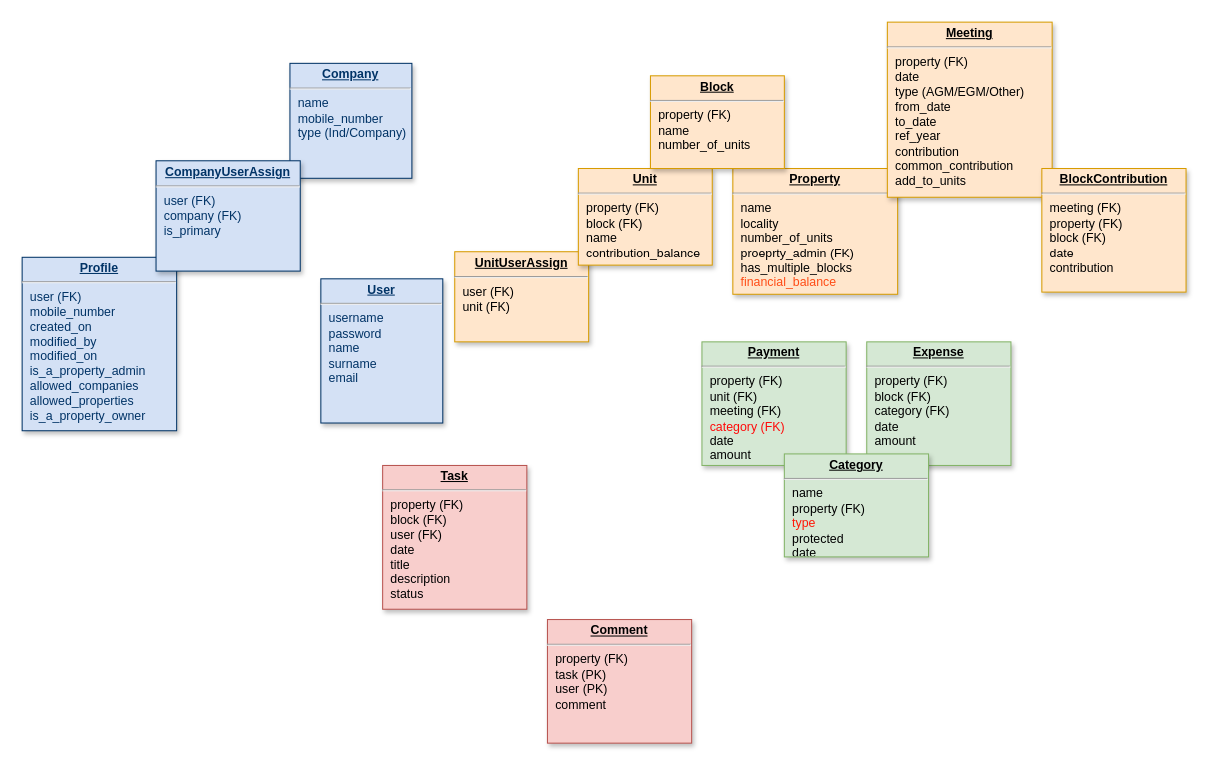
Before: Untitled Diagram.drawio in gilubilu/hello-world, a draw.io diagram. Source tidied: cells renumbered, new cells numbered last; positions are measured from the earlier drawing's top-left corner, leaving out a move shared by most shapes. Both pictures are drawn from the tidied source at 103%, with x=0, y=0 at pixel (22, 22).
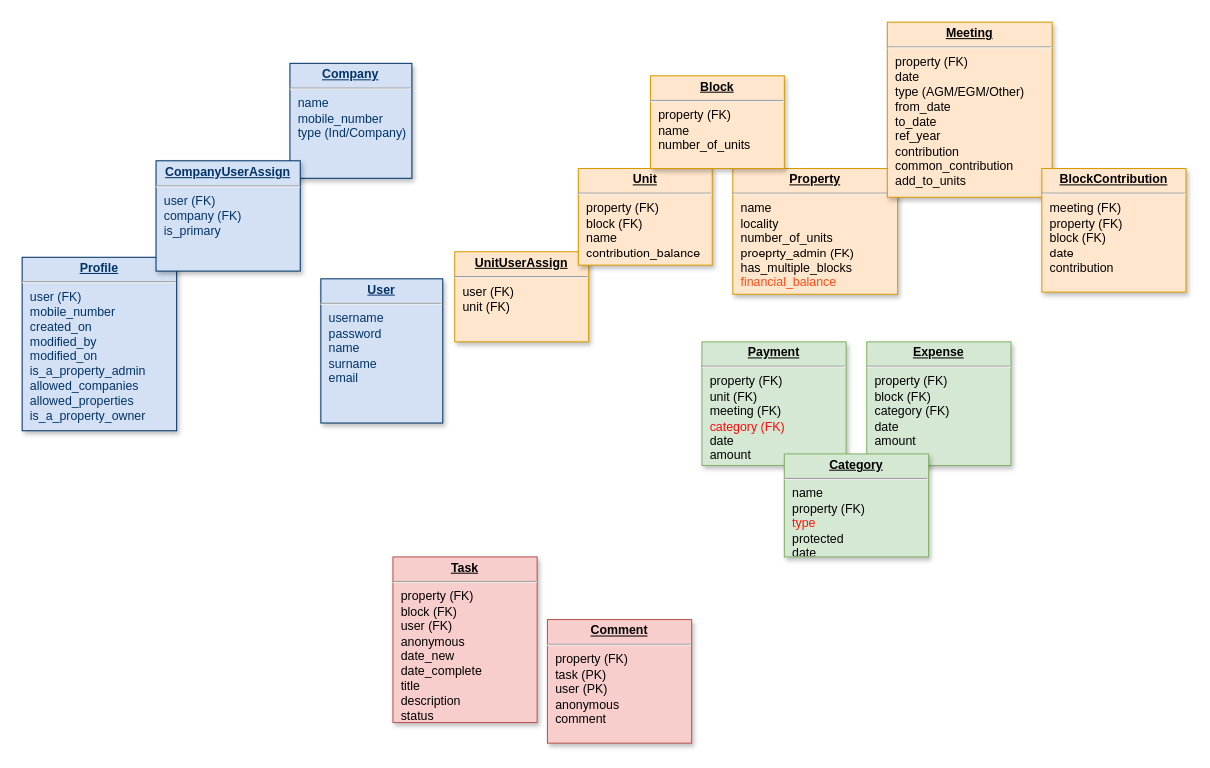
The same page after the edit.

What changed in the source:
```diff
@@
 <mxGraphModel background="#ffffff">
   <root>
     <mxCell id="0" />
     <mxCell id="1" parent="0" />
     <mxCell id="2" value="&lt;p style=&quot;margin: 0px ; margin-top: 4px ; text-align: center ; text-decoration: underline&quot;&gt;&lt;b&gt;UnitUserAssign&lt;/b&gt;&lt;/p&gt;&lt;hr&gt;&lt;p style=&quot;margin: 0px ; margin-left: 8px&quot;&gt;user (FK)&lt;/p&gt;&lt;p style=&quot;margin: 0px ; margin-left: 8px&quot;&gt;unit (FK)&lt;/p&gt;" style="verticalAlign=top;align=left;overflow=fill;fontSize=12;fontFamily=Helvetica;html=1;strokeColor=#d79b00;shadow=1;fillColor=#ffe6cc;" parent="1" vertex="1">
       <mxGeometry x="420" y="222.9" width="130" height="87.5" as="geometry" />
     </mxCell>
     <mxCell id="3" value="&lt;p style=&quot;margin: 0px ; margin-top: 4px ; text-align: center ; text-decoration: underline&quot;&gt;&lt;strong&gt;Unit&lt;/strong&gt;&lt;/p&gt;&lt;hr&gt;&lt;p style=&quot;margin: 0px ; margin-left: 8px&quot;&gt;property (FK)&lt;/p&gt;&lt;p style=&quot;margin: 0px ; margin-left: 8px&quot;&gt;block (FK)&lt;/p&gt;&lt;p style=&quot;margin: 0px ; margin-left: 8px&quot;&gt;name&lt;/p&gt;&lt;p style=&quot;margin: 0px ; margin-left: 8px&quot;&gt;&lt;span&gt;contribution_balance&lt;/span&gt;&lt;br&gt;&lt;/p&gt;&lt;p style=&quot;margin: 0px ; margin-left: 8px&quot;&gt;&lt;br&gt;&lt;/p&gt;" style="verticalAlign=top;align=left;overflow=fill;fontSize=12;fontFamily=Helvetica;html=1;strokeColor=#d79b00;shadow=1;fillColor=#ffe6cc;" parent="1" vertex="1">
       <mxGeometry x="540" y="142.1" width="130" height="93.8" as="geometry" />
     </mxCell>
     <mxCell id="4" value="&lt;p style=&quot;margin: 0px ; margin-top: 4px ; text-align: center ; text-decoration: underline&quot;&gt;&lt;strong&gt;Property&lt;/strong&gt;&lt;/p&gt;&lt;hr&gt;&lt;p style=&quot;margin: 0px ; margin-left: 8px&quot;&gt;name&lt;/p&gt;&lt;p style=&quot;margin: 0px ; margin-left: 8px&quot;&gt;locality&lt;/p&gt;&lt;p style=&quot;margin: 0px ; margin-left: 8px&quot;&gt;number_of_units&lt;/p&gt;&lt;p style=&quot;margin: 0px ; margin-left: 8px&quot;&gt;proeprty_admin (FK)&lt;/p&gt;&lt;p style=&quot;margin: 0px ; margin-left: 8px&quot;&gt;has_multiple_blocks&lt;/p&gt;&lt;p style=&quot;margin: 0px ; margin-left: 8px&quot;&gt;&lt;font color=&quot;#ff4d17&quot;&gt;financial_balance&lt;/font&gt;&lt;/p&gt;&lt;p style=&quot;margin: 0px ; margin-left: 8px&quot;&gt;&lt;br&gt;&lt;/p&gt;" style="verticalAlign=top;align=left;overflow=fill;fontSize=12;fontFamily=Helvetica;html=1;strokeColor=#d79b00;shadow=1;fillColor=#ffe6cc;" parent="1" vertex="1">
       <mxGeometry x="690" y="142.1" width="160" height="122.1" as="geometry" />
     </mxCell>
     <mxCell id="5" value="&lt;p style=&quot;margin: 0px ; margin-top: 4px ; text-align: center ; text-decoration: underline&quot;&gt;&lt;strong&gt;Profile&lt;/strong&gt;&lt;/p&gt;&lt;hr&gt;&lt;p style=&quot;margin: 0px ; margin-left: 8px&quot;&gt;user (FK)&lt;/p&gt;&lt;p style=&quot;margin: 0px ; margin-left: 8px&quot;&gt;mobile_number&lt;/p&gt;&lt;p style=&quot;margin: 0px ; margin-left: 8px&quot;&gt;created_on&lt;/p&gt;&lt;p style=&quot;margin: 0px ; margin-left: 8px&quot;&gt;modified_by&lt;/p&gt;&lt;p style=&quot;margin: 0px ; margin-left: 8px&quot;&gt;modified_on&lt;/p&gt;&lt;p style=&quot;margin: 0px ; margin-left: 8px&quot;&gt;is_a_property_admin&lt;/p&gt;&lt;p style=&quot;margin: 0px ; margin-left: 8px&quot;&gt;allowed_companies&lt;/p&gt;&lt;p style=&quot;margin: 0px ; margin-left: 8px&quot;&gt;allowed_properties&lt;/p&gt;&lt;p style=&quot;margin: 0px ; margin-left: 8px&quot;&gt;is_a_property_owner&lt;/p&gt;" style="verticalAlign=top;align=left;overflow=fill;fontSize=12;fontFamily=Helvetica;html=1;strokeColor=#003366;shadow=1;fillColor=#D4E1F5;fontColor=#003366;direction=west;" parent="1" vertex="1">
       <mxGeometry y="228.3" width="150" height="168.4" as="geometry" />
     </mxCell>
     <mxCell id="6" value="&lt;p style=&quot;margin: 0px ; margin-top: 4px ; text-align: center ; text-decoration: underline&quot;&gt;&lt;b&gt;User&lt;/b&gt;&lt;/p&gt;&lt;hr&gt;&lt;p style=&quot;margin: 0px ; margin-left: 8px&quot;&gt;username&lt;/p&gt;&lt;p style=&quot;margin: 0px ; margin-left: 8px&quot;&gt;password&lt;/p&gt;&lt;p style=&quot;margin: 0px ; margin-left: 8px&quot;&gt;name&lt;/p&gt;&lt;p style=&quot;margin: 0px ; margin-left: 8px&quot;&gt;surname&lt;/p&gt;&lt;p style=&quot;margin: 0px ; margin-left: 8px&quot;&gt;email&lt;/p&gt;" style="verticalAlign=top;align=left;overflow=fill;fontSize=12;fontFamily=Helvetica;html=1;strokeColor=#003366;shadow=1;fillColor=#D4E1F5;fontColor=#003366;direction=south;" parent="1" vertex="1">
       <mxGeometry x="290" y="249.2" width="118.4" height="140" as="geometry" />
     </mxCell>
     <mxCell id="7" value="&lt;p style=&quot;margin: 0px ; margin-top: 4px ; text-align: center ; text-decoration: underline&quot;&gt;&lt;b&gt;Company&lt;/b&gt;&lt;/p&gt;&lt;hr&gt;&lt;p style=&quot;margin: 0px ; margin-left: 8px&quot;&gt;name&lt;/p&gt;&lt;p style=&quot;margin: 0px ; margin-left: 8px&quot;&gt;mobile_number&lt;/p&gt;&lt;p style=&quot;margin: 0px ; margin-left: 8px&quot;&gt;type (Ind/Company)&lt;/p&gt;" style="verticalAlign=top;align=left;overflow=fill;fontSize=12;fontFamily=Helvetica;html=1;strokeColor=#003366;shadow=1;fillColor=#D4E1F5;fontColor=#003366;direction=south;" parent="1" vertex="1">
       <mxGeometry x="260" y="40" width="118.4" height="111.6" as="geometry" />
     </mxCell>
     <mxCell id="8" value="&lt;p style=&quot;margin: 0px ; margin-top: 4px ; text-align: center ; text-decoration: underline&quot;&gt;&lt;b&gt;CompanyUserAssign&lt;/b&gt;&lt;/p&gt;&lt;hr&gt;&lt;p style=&quot;margin: 0px ; margin-left: 8px&quot;&gt;user (FK)&lt;/p&gt;&lt;p style=&quot;margin: 0px ; margin-left: 8px&quot;&gt;company (FK)&lt;/p&gt;&lt;p style=&quot;margin: 0px ; margin-left: 8px&quot;&gt;is_primary&lt;/p&gt;" style="verticalAlign=top;align=left;overflow=fill;fontSize=12;fontFamily=Helvetica;html=1;strokeColor=#003366;shadow=1;fillColor=#D4E1F5;fontColor=#003366;direction=east;" parent="1" vertex="1">
       <mxGeometry x="130" y="134.6" width="140" height="107.1" as="geometry" />
     </mxCell>
     <mxCell id="9" value="&lt;p style=&quot;margin: 0px ; margin-top: 4px ; text-align: center ; text-decoration: underline&quot;&gt;&lt;strong&gt;Meeting&lt;/strong&gt;&lt;/p&gt;&lt;hr&gt;&lt;p style=&quot;margin: 0px ; margin-left: 8px&quot;&gt;property (FK)&lt;/p&gt;&lt;p style=&quot;margin: 0px ; margin-left: 8px&quot;&gt;date&lt;/p&gt;&lt;p style=&quot;margin: 0px ; margin-left: 8px&quot;&gt;type (AGM/EGM/Other)&lt;/p&gt;&lt;p style=&quot;margin: 0px ; margin-left: 8px&quot;&gt;from_date&lt;/p&gt;&lt;p style=&quot;margin: 0px ; margin-left: 8px&quot;&gt;to_date&lt;/p&gt;&lt;p style=&quot;margin: 0px ; margin-left: 8px&quot;&gt;ref_year&lt;/p&gt;&lt;p style=&quot;margin: 0px ; margin-left: 8px&quot;&gt;contribution&lt;/p&gt;&lt;p style=&quot;margin: 0px ; margin-left: 8px&quot;&gt;common_contribution&lt;/p&gt;&lt;p style=&quot;margin: 0px ; margin-left: 8px&quot;&gt;add_to_units&lt;/p&gt;" style="verticalAlign=top;align=left;overflow=fill;fontSize=12;fontFamily=Helvetica;html=1;strokeColor=#d79b00;shadow=1;fillColor=#ffe6cc;direction=west;" parent="1" vertex="1">
       <mxGeometry x="840" width="160" height="170" as="geometry" />
     </mxCell>
     <mxCell id="10" value="&lt;p style=&quot;margin: 0px ; margin-top: 4px ; text-align: center ; text-decoration: underline&quot;&gt;&lt;strong&gt;BlockContribution&lt;/strong&gt;&lt;/p&gt;&lt;hr&gt;&lt;p style=&quot;margin: 0px ; margin-left: 8px&quot;&gt;meeting (FK)&lt;/p&gt;&lt;p style=&quot;margin: 0px ; margin-left: 8px&quot;&gt;property (FK)&lt;/p&gt;&lt;p style=&quot;margin: 0px ; margin-left: 8px&quot;&gt;block (FK)&lt;/p&gt;&lt;p style=&quot;margin: 0px ; margin-left: 8px&quot;&gt;date&lt;/p&gt;&lt;p style=&quot;margin: 0px ; margin-left: 8px&quot;&gt;contribution&lt;br&gt;&lt;/p&gt;" style="verticalAlign=top;align=left;overflow=fill;fontSize=12;fontFamily=Helvetica;html=1;strokeColor=#d79b00;shadow=1;fillColor=#ffe6cc;direction=west;" parent="1" vertex="1">
       <mxGeometry x="990" y="142.1" width="140" height="120" as="geometry" />
     </mxCell>
     <mxCell id="11" value="&lt;p style=&quot;margin: 0px ; margin-top: 4px ; text-align: center ; text-decoration: underline&quot;&gt;&lt;strong&gt;Block&lt;/strong&gt;&lt;/p&gt;&lt;hr&gt;&lt;p style=&quot;margin: 0px ; margin-left: 8px&quot;&gt;property (FK)&lt;/p&gt;&lt;p style=&quot;margin: 0px ; margin-left: 8px&quot;&gt;name&lt;/p&gt;&lt;p style=&quot;margin: 0px ; margin-left: 8px&quot;&gt;number_of_units&lt;/p&gt;&lt;p style=&quot;margin: 0px ; margin-left: 8px&quot;&gt;&lt;br&gt;&lt;/p&gt;" style="verticalAlign=top;align=left;overflow=fill;fontSize=12;fontFamily=Helvetica;html=1;strokeColor=#d79b00;shadow=1;fillColor=#ffe6cc;direction=west;" parent="1" vertex="1">
       <mxGeometry x="610" y="52.1" width="130" height="90" as="geometry" />
     </mxCell>
     <mxCell id="12" value="&lt;p style=&quot;margin: 0px ; margin-top: 4px ; text-align: center ; text-decoration: underline&quot;&gt;&lt;strong&gt;Payment&lt;/strong&gt;&lt;/p&gt;&lt;hr&gt;&lt;p style=&quot;margin: 0px ; margin-left: 8px&quot;&gt;&lt;span&gt;property (FK)&lt;/span&gt;&lt;br&gt;&lt;/p&gt;&lt;p style=&quot;margin: 0px ; margin-left: 8px&quot;&gt;&lt;span&gt;unit (FK)&lt;/span&gt;&lt;/p&gt;&lt;p style=&quot;margin: 0px ; margin-left: 8px&quot;&gt;meeting (FK)&lt;/p&gt;&lt;p style=&quot;margin: 0px ; margin-left: 8px&quot;&gt;&lt;font color=&quot;#ff0a0a&quot;&gt;category (FK)&lt;/font&gt;&lt;/p&gt;&lt;p style=&quot;margin: 0px ; margin-left: 8px&quot;&gt;date&lt;span&gt;&lt;br&gt;&lt;/span&gt;&lt;/p&gt;&lt;p style=&quot;margin: 0px ; margin-left: 8px&quot;&gt;&lt;span&gt;amount&lt;/span&gt;&lt;/p&gt;" style="verticalAlign=top;align=left;overflow=fill;fontSize=12;fontFamily=Helvetica;html=1;strokeColor=#82b366;shadow=1;fillColor=#d5e8d4;direction=west;" parent="1" vertex="1">
       <mxGeometry x="660" y="310.4" width="140" height="120" as="geometry" />
     </mxCell>
     <mxCell id="13" value="&lt;p style=&quot;margin: 0px ; margin-top: 4px ; text-align: center ; text-decoration: underline&quot;&gt;&lt;strong&gt;Expense&lt;/strong&gt;&lt;/p&gt;&lt;hr&gt;&lt;p style=&quot;margin: 0px ; margin-left: 8px&quot;&gt;&lt;span&gt;property (FK)&lt;/span&gt;&lt;/p&gt;&lt;p style=&quot;margin: 0px ; margin-left: 8px&quot;&gt;&lt;span&gt;block (FK)&lt;/span&gt;&lt;/p&gt;&lt;p style=&quot;margin: 0px ; margin-left: 8px&quot;&gt;category (FK)&lt;/p&gt;&lt;p style=&quot;margin: 0px ; margin-left: 8px&quot;&gt;date&lt;/p&gt;&lt;p style=&quot;margin: 0px ; margin-left: 8px&quot;&gt;&lt;span&gt;amount&lt;/span&gt;&lt;br&gt;&lt;/p&gt;&lt;p style=&quot;margin: 0px ; margin-left: 8px&quot;&gt;&lt;br&gt;&lt;/p&gt;" style="verticalAlign=top;align=left;overflow=fill;fontSize=12;fontFamily=Helvetica;html=1;strokeColor=#82b366;shadow=1;fillColor=#d5e8d4;direction=west;" parent="1" vertex="1">
       <mxGeometry x="820" y="310.4" width="140" height="120" as="geometry" />
     </mxCell>
     <mxCell id="14" value="&lt;p style=&quot;margin: 0px ; margin-top: 4px ; text-align: center ; text-decoration: underline&quot;&gt;&lt;strong&gt;Category&lt;/strong&gt;&lt;/p&gt;&lt;hr&gt;&lt;p style=&quot;margin: 0px ; margin-left: 8px&quot;&gt;name&lt;br&gt;&lt;/p&gt;&lt;p style=&quot;margin: 0px ; margin-left: 8px&quot;&gt;property (FK)&lt;/p&gt;&lt;p style=&quot;margin: 0px ; margin-left: 8px&quot;&gt;&lt;font color=&quot;#ff1808&quot;&gt;type&lt;/font&gt;&lt;/p&gt;&lt;p style=&quot;margin: 0px ; margin-left: 8px&quot;&gt;protected&lt;/p&gt;&lt;p style=&quot;margin: 0px ; margin-left: 8px&quot;&gt;date&lt;/p&gt;" style="verticalAlign=top;align=left;overflow=fill;fontSize=12;fontFamily=Helvetica;html=1;strokeColor=#82b366;shadow=1;fillColor=#d5e8d4;direction=west;" parent="1" vertex="1">
       <mxGeometry x="740" y="419.2" width="140" height="100" as="geometry" />
     </mxCell>
-    <mxCell id="15" value="&lt;p style=&quot;margin: 0px ; margin-top: 4px ; text-align: center ; text-decoration: underline&quot;&gt;&lt;strong&gt;Task&lt;/strong&gt;&lt;/p&gt;&lt;hr&gt;&lt;p style=&quot;margin: 0px ; margin-left: 8px&quot;&gt;&lt;span&gt;property (FK)&lt;/span&gt;&lt;br&gt;&lt;/p&gt;&lt;p style=&quot;margin: 0px ; margin-left: 8px&quot;&gt;&lt;span&gt;block (FK)&lt;/span&gt;&lt;/p&gt;&lt;p style=&quot;margin: 0px ; margin-left: 8px&quot;&gt;&lt;span&gt;user (FK)&lt;/span&gt;&lt;/p&gt;&lt;p style=&quot;margin: 0px ; margin-left: 8px&quot;&gt;date&lt;/p&gt;&lt;p style=&quot;margin: 0px ; margin-left: 8px&quot;&gt;title&lt;span&gt;&lt;br&gt;&lt;/span&gt;&lt;/p&gt;&lt;p style=&quot;margin: 0px ; margin-left: 8px&quot;&gt;&lt;span&gt;description&lt;/span&gt;&lt;/p&gt;&lt;p style=&quot;margin: 0px ; margin-left: 8px&quot;&gt;&lt;span&gt;status&lt;/span&gt;&lt;/p&gt;" style="verticalAlign=top;align=left;overflow=fill;fontSize=12;fontFamily=Helvetica;html=1;strokeColor=#b85450;shadow=1;fillColor=#f8cecc;direction=west;" parent="1" vertex="1">
-      <mxGeometry x="350" y="430.4" width="140" height="139.6" as="geometry" />
+    <mxCell id="15" value="&lt;p style=&quot;margin: 0px ; margin-top: 4px ; text-align: center ; text-decoration: underline&quot;&gt;&lt;strong&gt;Task&lt;/strong&gt;&lt;/p&gt;&lt;hr&gt;&lt;p style=&quot;margin: 0px ; margin-left: 8px&quot;&gt;&lt;span&gt;property (FK)&lt;/span&gt;&lt;br&gt;&lt;/p&gt;&lt;p style=&quot;margin: 0px ; margin-left: 8px&quot;&gt;&lt;span&gt;block (FK)&lt;/span&gt;&lt;/p&gt;&lt;p style=&quot;margin: 0px ; margin-left: 8px&quot;&gt;&lt;span&gt;user (FK)&lt;/span&gt;&lt;/p&gt;&lt;p style=&quot;margin: 0px ; margin-left: 8px&quot;&gt;&lt;span&gt;anonymous&lt;/span&gt;&lt;/p&gt;&lt;p style=&quot;margin: 0px ; margin-left: 8px&quot;&gt;date_new&lt;/p&gt;&lt;p style=&quot;margin: 0px ; margin-left: 8px&quot;&gt;date_complete&lt;/p&gt;&lt;p style=&quot;margin: 0px ; margin-left: 8px&quot;&gt;title&lt;span&gt;&lt;br&gt;&lt;/span&gt;&lt;/p&gt;&lt;p style=&quot;margin: 0px ; margin-left: 8px&quot;&gt;&lt;span&gt;description&lt;/span&gt;&lt;/p&gt;&lt;p style=&quot;margin: 0px ; margin-left: 8px&quot;&gt;&lt;span&gt;status&lt;/span&gt;&lt;/p&gt;" style="verticalAlign=top;align=left;overflow=fill;fontSize=12;fontFamily=Helvetica;html=1;strokeColor=#b85450;shadow=1;fillColor=#f8cecc;direction=west;" parent="1" vertex="1">
+      <mxGeometry x="360" y="519.2" width="140" height="160.8" as="geometry" />
     </mxCell>
-    <mxCell id="16" value="&lt;p style=&quot;margin: 0px ; margin-top: 4px ; text-align: center ; text-decoration: underline&quot;&gt;&lt;b&gt;Comment&lt;/b&gt;&lt;/p&gt;&lt;hr&gt;&lt;p style=&quot;margin: 0px ; margin-left: 8px&quot;&gt;&lt;span&gt;property (FK)&lt;/span&gt;&lt;br&gt;&lt;/p&gt;&lt;p style=&quot;margin: 0px ; margin-left: 8px&quot;&gt;&lt;span&gt;task (PK)&lt;/span&gt;&lt;/p&gt;&lt;p style=&quot;margin: 0px ; margin-left: 8px&quot;&gt;&lt;span&gt;user (PK)&lt;/span&gt;&lt;/p&gt;&lt;p style=&quot;margin: 0px ; margin-left: 8px&quot;&gt;&lt;span&gt;comment&lt;/span&gt;&lt;/p&gt;&lt;p style=&quot;margin: 0px ; margin-left: 8px&quot;&gt;&lt;span&gt;&lt;br&gt;&lt;/span&gt;&lt;/p&gt;" style="verticalAlign=top;align=left;overflow=fill;fontSize=12;fontFamily=Helvetica;html=1;strokeColor=#b85450;shadow=1;fillColor=#f8cecc;direction=west;" parent="1" vertex="1">
+    <mxCell id="16" value="&lt;p style=&quot;margin: 0px ; margin-top: 4px ; text-align: center ; text-decoration: underline&quot;&gt;&lt;b&gt;Comment&lt;/b&gt;&lt;/p&gt;&lt;hr&gt;&lt;p style=&quot;margin: 0px ; margin-left: 8px&quot;&gt;&lt;span&gt;property (FK)&lt;/span&gt;&lt;br&gt;&lt;/p&gt;&lt;p style=&quot;margin: 0px ; margin-left: 8px&quot;&gt;&lt;span&gt;task (PK)&lt;/span&gt;&lt;/p&gt;&lt;p style=&quot;margin: 0px ; margin-left: 8px&quot;&gt;&lt;span&gt;user (PK)&lt;/span&gt;&lt;/p&gt;&lt;p style=&quot;margin: 0px ; margin-left: 8px&quot;&gt;&lt;span&gt;anonymous&lt;/span&gt;&lt;/p&gt;&lt;p style=&quot;margin: 0px ; margin-left: 8px&quot;&gt;&lt;span&gt;comment&lt;/span&gt;&lt;/p&gt;&lt;p style=&quot;margin: 0px ; margin-left: 8px&quot;&gt;&lt;span&gt;&lt;br&gt;&lt;/span&gt;&lt;/p&gt;" style="verticalAlign=top;align=left;overflow=fill;fontSize=12;fontFamily=Helvetica;html=1;strokeColor=#b85450;shadow=1;fillColor=#f8cecc;direction=west;" parent="1" vertex="1">
       <mxGeometry x="510" y="580" width="140" height="120" as="geometry" />
     </mxCell>
   </root>
 </mxGraphModel>
```
